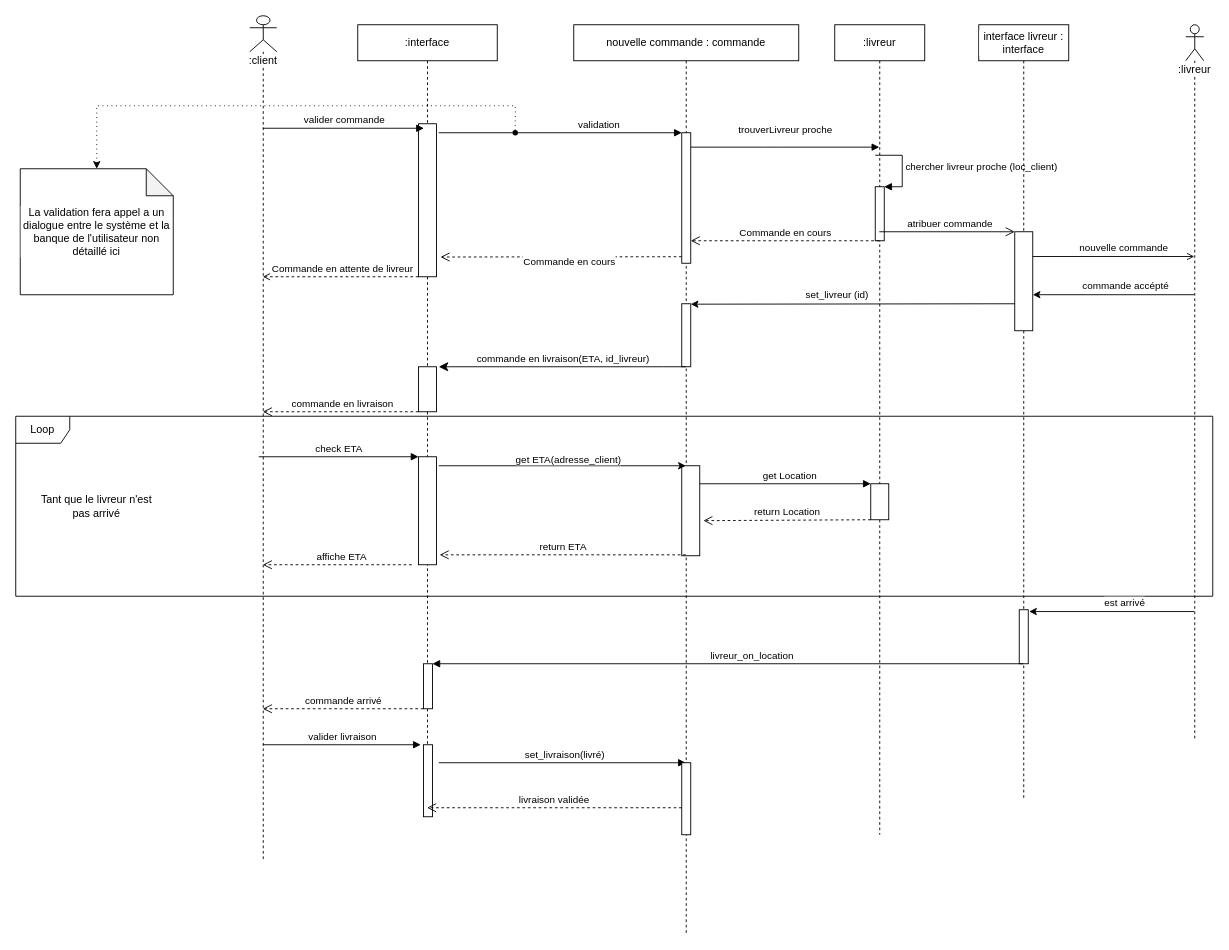
Above: page "Livraison" (4 of 4) of sequence_diagrams.drawio in sebastien-deren/projet_4 (draw.io), before the change. Source tidied: cells renumbered, new cells numbered last; positions are measured from the earlier drawing's top-left corner, leaving out a move shared by most shapes. Both pictures are drawn from the tidied source at 90%, with x=0, y=0 at pixel (15, 15).
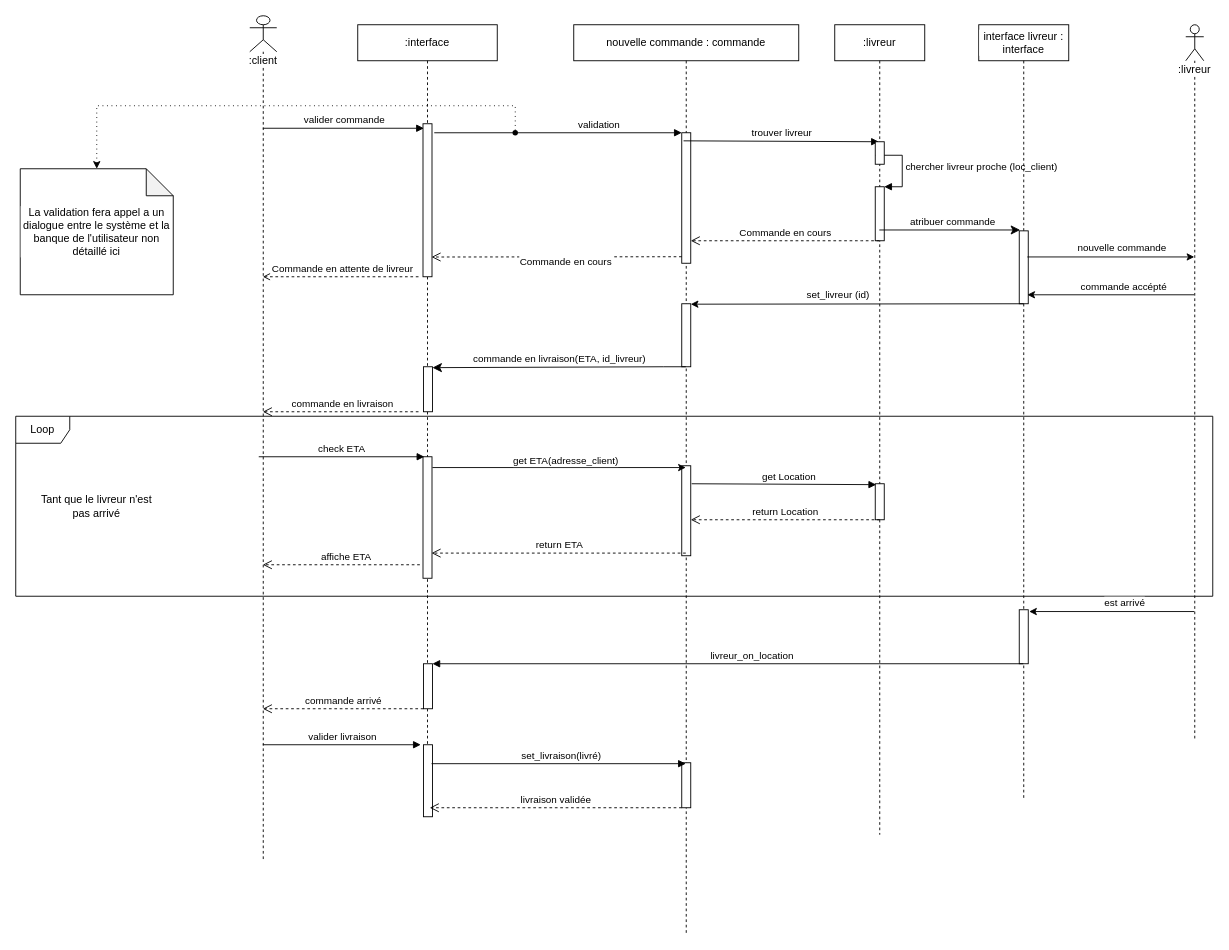
Above is the later version.

Unchanged cells that the change refers to:
```xml
<mxCell id="2" value=":client" style="shape=umlLifeline;participant=umlActor;perimeter=lifelinePerimeter;whiteSpace=wrap;html=1;verticalAlign=top;spacingTop=36;outlineConnect=0;labelBackgroundColor=default;" parent="1" vertex="1">
  <mxGeometry x="260" width="30" height="940" as="geometry" />
</mxCell>
<mxCell id="3" value=":interface" style="shape=umlLifeline;perimeter=lifelinePerimeter;whiteSpace=wrap;html=1;outlineConnect=0;labelBackgroundColor=default;" parent="1" vertex="1">
  <mxGeometry x="380" y="10" width="155" height="880" as="geometry" />
</mxCell>
<mxCell id="8" style="html=1;points=[];perimeter=orthogonalPerimeter;labelBackgroundColor=default;" parent="3" vertex="1">
  <mxGeometry x="73" y="800" width="10" height="80" as="geometry" />
</mxCell>
<mxCell id="10" value="nouvelle commande : commande" style="shape=umlLifeline;perimeter=lifelinePerimeter;whiteSpace=wrap;html=1;outlineConnect=0;labelBackgroundColor=default;" parent="1" vertex="1">
  <mxGeometry x="620" y="10" width="250" height="1010" as="geometry" />
</mxCell>
<mxCell id="11" style="html=1;points=[];perimeter=orthogonalPerimeter;labelBackgroundColor=default;" parent="10" vertex="1">
  <mxGeometry x="120" y="120" width="10" height="145" as="geometry" />
</mxCell>
<mxCell id="12" style="html=1;points=[];perimeter=orthogonalPerimeter;labelBackgroundColor=default;" parent="10" vertex="1">
  <mxGeometry x="120" y="310" width="10" height="70" as="geometry" />
</mxCell>
<mxCell id="17" value=":livreur" style="shape=umlLifeline;perimeter=lifelinePerimeter;whiteSpace=wrap;html=1;outlineConnect=0;labelBackgroundColor=default;" parent="1" vertex="1">
  <mxGeometry x="910" y="10" width="100" height="900" as="geometry" />
</mxCell>
<mxCell id="21" value=":livreur" style="shape=umlLifeline;participant=umlActor;perimeter=lifelinePerimeter;whiteSpace=wrap;html=1;verticalAlign=top;spacingTop=36;outlineConnect=0;labelBackgroundColor=default;" parent="1" vertex="1">
  <mxGeometry x="1300" y="10" width="20" height="795" as="geometry" />
</mxCell>
<mxCell id="22" value="interface livreur : interface" style="shape=umlLifeline;perimeter=lifelinePerimeter;whiteSpace=wrap;html=1;outlineConnect=0;labelBackgroundColor=default;" parent="1" vertex="1">
  <mxGeometry x="1070" y="10" width="100" height="860" as="geometry" />
</mxCell>
<mxCell id="56" style="shape=waypoint;sketch=0;size=6;points=[];fillColor=default;perimeter=centerPerimeter;snapToPoint=1;labelBackgroundColor=default;" parent="1" vertex="1">
  <mxGeometry x="535" y="110" width="40" height="40" as="geometry" />
</mxCell>
```

What changed in the source:
```diff
@@
+    <mxCell id="41" value="Loop" style="shape=umlFrame;whiteSpace=wrap;html=1;labelBackgroundColor=default;" parent="1" vertex="1">
+      <mxGeometry y="445" width="1330" height="200" as="geometry" />
+    </mxCell>
@@
-    <mxCell id="4" style="rounded=0;whiteSpace=wrap;html=1;labelBackgroundColor=default;" parent="3" vertex="1">
-      <mxGeometry x="67.5" y="110" width="20" height="170" as="geometry" />
-    </mxCell>
-    <mxCell id="5" style="rounded=0;whiteSpace=wrap;html=1;labelBackgroundColor=default;" parent="3" vertex="1">
-      <mxGeometry x="67.5" y="380" width="20" height="50" as="geometry" />
-    </mxCell>
-    <mxCell id="6" style="rounded=0;whiteSpace=wrap;html=1;labelBackgroundColor=default;" parent="3" vertex="1">
-      <mxGeometry x="67.5" y="480" width="20" height="120" as="geometry" />
-    </mxCell>
@@
-    <mxCell id="9" value="set_livraison(livré)" style="html=1;verticalAlign=bottom;endArrow=block;rounded=0;" parent="3" edge="1" target="10">
-      <mxGeometry x="0.02" relative="1" as="geometry">
-        <mxPoint x="90" y="820" as="sourcePoint" />
-      </mxGeometry>
-    </mxCell>
+    <mxCell id="58" style="html=1;points=[];perimeter=orthogonalPerimeter;labelBackgroundColor=default;" parent="3" vertex="1">
+      <mxGeometry x="72.5" y="480" width="10" height="135" as="geometry" />
+    </mxCell>
+    <mxCell id="59" style="html=1;points=[];perimeter=orthogonalPerimeter;labelBackgroundColor=default;" parent="3" vertex="1">
+      <mxGeometry x="72.5" y="110" width="10" height="170" as="geometry" />
+    </mxCell>
+    <mxCell id="60" style="html=1;points=[];perimeter=orthogonalPerimeter;labelBackgroundColor=default;" parent="3" vertex="1">
+      <mxGeometry x="73" y="380" width="10" height="50" as="geometry" />
+    </mxCell>
@@
-    <mxCell id="13" style="rounded=0;whiteSpace=wrap;html=1;labelBackgroundColor=default;" parent="10" vertex="1">
-      <mxGeometry x="120" y="490" width="20" height="100" as="geometry" />
-    </mxCell>
-    <mxCell id="14" value="get Location" style="html=1;verticalAlign=bottom;endArrow=block;rounded=0;entryX=0;entryY=0;entryDx=0;entryDy=0;" parent="10" edge="1" target="20">
-      <mxGeometry x="0.05" relative="1" as="geometry">
-        <mxPoint x="140" y="510" as="sourcePoint" />
-      </mxGeometry>
-    </mxCell>
     <mxCell id="15" style="html=1;perimeter=orthogonalPerimeter;labelBackgroundColor=default;" parent="10" vertex="1">
-      <mxGeometry x="120" y="820" width="10" height="80" as="geometry" />
+      <mxGeometry x="120" y="820" width="10" height="50" as="geometry" />
     </mxCell>
-    <mxCell id="16" value="livraison validée" style="html=1;verticalAlign=bottom;endArrow=open;dashed=1;endSize=8;rounded=0;" parent="10" edge="1" target="3">
+    <mxCell id="16" value="livraison validée" style="html=1;verticalAlign=bottom;endArrow=open;dashed=1;endSize=8;rounded=0;" parent="10" edge="1">
       <mxGeometry relative="1" as="geometry">
         <mxPoint x="120" y="870" as="sourcePoint" />
+        <mxPoint x="-160" y="870" as="targetPoint" />
       </mxGeometry>
     </mxCell>
+    <mxCell id="61" value="trouver livreur" style="html=1;verticalAlign=bottom;endArrow=block;entryX=0;entryY=0;rounded=0;exitX=0.2;exitY=0.062;exitDx=0;exitDy=0;exitPerimeter=0;" parent="10" edge="1" source="11">
+      <mxGeometry relative="1" as="geometry">
+        <mxPoint x="339" y="130" as="targetPoint" />
+      </mxGeometry>
+    </mxCell>
+    <mxCell id="62" style="html=1;points=[];perimeter=orthogonalPerimeter;labelBackgroundColor=default;" parent="10" vertex="1">
+      <mxGeometry x="120" y="490" width="10" height="100" as="geometry" />
+    </mxCell>
@@
-    <mxCell id="20" style="rounded=0;whiteSpace=wrap;html=1;labelBackgroundColor=default;" parent="17" vertex="1">
-      <mxGeometry x="40" y="510" width="20" height="40" as="geometry" />
-    </mxCell>
+    <mxCell id="63" style="html=1;perimeter=orthogonalPerimeter;labelBackgroundColor=default;" parent="17" vertex="1">
+      <mxGeometry x="45" y="130" width="10" height="25" as="geometry" />
+    </mxCell>
+    <mxCell id="64" style="html=1;points=[];perimeter=orthogonalPerimeter;labelBackgroundColor=default;" parent="17" vertex="1">
+      <mxGeometry x="45" y="510" width="10" height="40" as="geometry" />
+    </mxCell>
@@
-    <mxCell id="23" style="rounded=0;whiteSpace=wrap;html=1;labelBackgroundColor=default;" parent="22" vertex="1">
-      <mxGeometry x="40" y="230" width="20" height="110" as="geometry" />
-    </mxCell>
@@
-    <mxCell id="25" value="trouverLivreur proche" style="html=1;verticalAlign=bottom;endArrow=block;rounded=0;snapToPoint=1;fixDash=1;" parent="1" edge="1" source="11">
-      <mxGeometry y="10" relative="1" as="geometry">
-        <mxPoint x="959.5" y="146" as="targetPoint" />
-        <Array as="points">
-          <mxPoint x="830.5" y="146" />
-          <mxPoint x="850.5" y="146" />
-        </Array>
-      </mxGeometry>
-    </mxCell>
+    <mxCell id="65" style="html=1;points=[];perimeter=orthogonalPerimeter;labelBackgroundColor=default;" parent="22" vertex="1">
+      <mxGeometry x="45" y="229" width="10" height="81" as="geometry" />
+    </mxCell>
@@
-    <mxCell id="28" value="Commande en cours" style="html=1;verticalAlign=bottom;endArrow=open;dashed=1;endSize=8;exitX=0;exitY=0.95;rounded=0;entryX=1.225;entryY=0.871;entryDx=0;entryDy=0;entryPerimeter=0;" parent="1" edge="1" source="11" target="4">
+    <mxCell id="28" value="Commande en cours" style="html=1;verticalAlign=bottom;endArrow=open;dashed=1;endSize=8;exitX=0;exitY=0.95;rounded=0;entryX=0.95;entryY=0.871;entryDx=0;entryDy=0;entryPerimeter=0;" parent="1" edge="1" source="11" target="59">
       <mxGeometry x="-0.07" y="14" relative="1" as="geometry">
         <Array as="points">
           <mxPoint x="530" y="268" />
         </Array>
       </mxGeometry>
     </mxCell>
-    <mxCell id="29" value="atribuer commande" style="html=1;verticalAlign=bottom;endArrow=open;endSize=8;rounded=0;entryX=0;entryY=0;entryDx=0;entryDy=0;" parent="1" edge="1" source="17" target="23">
+    <mxCell id="29" value="atribuer commande" style="html=1;verticalAlign=bottom;endArrow=classic;endSize=8;rounded=0;entryX=0.1;entryY=-0.012;entryDx=0;entryDy=0;entryPerimeter=0;endFill=1;" parent="1" edge="1" source="17" target="65">
       <mxGeometry x="0.03" relative="1" as="geometry" />
     </mxCell>
-    <mxCell id="30" style="rounded=0;jettySize=auto;html=1;exitX=0;exitY=1;exitDx=0;exitDy=0;dashed=1;endArrow=open;endFill=0;" parent="1" edge="1" source="4" target="2">
-      <mxGeometry relative="1" as="geometry" />
+    <mxCell id="30" style="rounded=0;jettySize=auto;html=1;exitX=0;exitY=1;exitDx=0;exitDy=0;dashed=1;endArrow=open;endFill=0;" parent="1" edge="1" target="2">
+      <mxGeometry relative="1" as="geometry">
+        <mxPoint x="447.5" y="290" as="sourcePoint" />
+      </mxGeometry>
     </mxCell>
@@
-    <mxCell id="32" style="edgeStyle=none;rounded=0;jettySize=auto;html=1;exitX=1;exitY=0.25;exitDx=0;exitDy=0;endArrow=open;endFill=0;" parent="1" edge="1" source="23" target="21">
+    <mxCell id="32" style="edgeStyle=none;rounded=0;jettySize=auto;html=1;exitX=0.9;exitY=0.358;exitDx=0;exitDy=0;endArrow=classic;endFill=1;exitPerimeter=0;" parent="1" edge="1" source="65" target="21">
       <mxGeometry relative="1" as="geometry" />
     </mxCell>
@@
-    <mxCell id="34" style="edgeStyle=none;rounded=0;jettySize=auto;html=1;exitX=1;exitY=0.636;exitDx=0;exitDy=0;endArrow=none;endFill=0;startArrow=classic;startFill=1;exitPerimeter=0;" parent="1" edge="1" source="23" target="21">
+    <mxCell id="34" style="edgeStyle=none;rounded=0;jettySize=auto;html=1;exitX=0.9;exitY=0.877;exitDx=0;exitDy=0;endArrow=none;endFill=0;startArrow=classic;startFill=1;exitPerimeter=0;" parent="1" edge="1" source="65" target="21">
       <mxGeometry relative="1" as="geometry" />
     </mxCell>
@@
     <mxCell id="36" style="edgeStyle=none;rounded=0;jettySize=auto;html=1;startArrow=none;startFill=0;endArrow=classic;endFill=1;entryX=1;entryY=0.007;entryDx=0;entryDy=0;entryPerimeter=0;" parent="1" edge="1" target="12">
       <mxGeometry relative="1" as="geometry">
-        <mxPoint x="1110" y="320" as="sourcePoint" />
+        <mxPoint x="1120" y="320" as="sourcePoint" />
       </mxGeometry>
     </mxCell>
@@
-    <mxCell id="39" value="commande en livraison(ETA, id_livreur)" style="html=1;verticalAlign=bottom;endArrow=classic;endSize=8;rounded=0;endFill=1;" parent="1" edge="1" source="10">
+    <mxCell id="39" value="commande en livraison(ETA, id_livreur)" style="html=1;verticalAlign=bottom;endArrow=classic;endSize=8;rounded=0;endFill=1;entryX=1;entryY=0.02;entryDx=0;entryDy=0;entryPerimeter=0;" parent="1" edge="1" source="10" target="60">
       <mxGeometry relative="1" as="geometry">
-        <mxPoint x="470" y="390" as="targetPoint" />
         <Array as="points">
           <mxPoint x="720" y="390" />
         </Array>
       </mxGeometry>
     </mxCell>
-    <mxCell id="40" value="commande en livraison" style="html=1;verticalAlign=bottom;endArrow=open;dashed=1;endSize=8;rounded=0;exitX=0;exitY=1;exitDx=0;exitDy=0;" parent="1" edge="1" source="5" target="2">
-      <mxGeometry x="-0.02" relative="1" as="geometry" />
+    <mxCell id="40" value="commande en livraison" style="html=1;verticalAlign=bottom;endArrow=open;dashed=1;endSize=8;rounded=0;exitX=0;exitY=1;exitDx=0;exitDy=0;" parent="1" edge="1" target="2">
+      <mxGeometry x="-0.02" relative="1" as="geometry">
+        <mxPoint x="447.5" y="440" as="sourcePoint" />
+      </mxGeometry>
     </mxCell>
-    <mxCell id="41" value="Loop" style="shape=umlFrame;whiteSpace=wrap;html=1;labelBackgroundColor=default;" parent="1" vertex="1">
-      <mxGeometry y="445" width="1330" height="200" as="geometry" />
-    </mxCell>
-    <mxCell id="42" value="check ETA" style="html=1;verticalAlign=bottom;endArrow=block;rounded=0;entryX=0;entryY=0;entryDx=0;entryDy=0;" parent="1" edge="1" target="6">
+    <mxCell id="42" value="check ETA" style="html=1;verticalAlign=bottom;endArrow=block;rounded=0;entryX=0.15;entryY=0;entryDx=0;entryDy=0;entryPerimeter=0;" parent="1" edge="1" target="58">
       <mxGeometry relative="1" as="geometry">
         <mxPoint x="270" y="490" as="sourcePoint" />
       </mxGeometry>
     </mxCell>
-    <mxCell id="43" style="edgeStyle=none;rounded=0;jettySize=auto;html=1;startArrow=none;startFill=0;endArrow=classic;endFill=1;" parent="1" edge="1" target="10">
-      <mxGeometry relative="1" as="geometry">
-        <mxPoint x="470" y="500" as="sourcePoint" />
-      </mxGeometry>
+    <mxCell id="43" style="edgeStyle=none;rounded=0;jettySize=auto;html=1;startArrow=none;startFill=0;endArrow=classic;endFill=1;exitX=1.05;exitY=0.089;exitDx=0;exitDy=0;exitPerimeter=0;" parent="1" edge="1" source="58" target="10">
+      <mxGeometry relative="1" as="geometry" />
     </mxCell>
@@
-    <mxCell id="45" value="return Location" style="html=1;verticalAlign=bottom;endArrow=open;dashed=1;endSize=8;rounded=0;entryX=1.2;entryY=0.61;entryDx=0;entryDy=0;entryPerimeter=0;" parent="1" edge="1" target="13">
-      <mxGeometry relative="1" as="geometry">
-        <mxPoint x="950" y="560" as="sourcePoint" />
-      </mxGeometry>
+    <mxCell id="45" value="return Location" style="html=1;verticalAlign=bottom;endArrow=open;dashed=1;endSize=8;rounded=0;exitX=0.5;exitY=1;exitDx=0;exitDy=0;exitPerimeter=0;" parent="1" edge="1" source="64" target="62">
+      <mxGeometry relative="1" as="geometry" />
     </mxCell>
-    <mxCell id="46" value="return ETA" style="html=1;verticalAlign=bottom;endArrow=open;dashed=1;endSize=8;rounded=0;entryX=1.175;entryY=0.908;entryDx=0;entryDy=0;entryPerimeter=0;" parent="1" edge="1" source="10" target="6">
+    <mxCell id="46" value="return ETA" style="html=1;verticalAlign=bottom;endArrow=open;dashed=1;endSize=8;rounded=0;entryX=0.95;entryY=0.793;entryDx=0;entryDy=0;entryPerimeter=0;" parent="1" edge="1" source="10" target="58">
       <mxGeometry relative="1" as="geometry" />
     </mxCell>
-    <mxCell id="47" value="affiche ETA" style="html=1;verticalAlign=bottom;endArrow=open;dashed=1;endSize=8;rounded=0;" parent="1" edge="1" target="2">
-      <mxGeometry x="-0.06" relative="1" as="geometry">
-        <mxPoint x="440" y="610" as="sourcePoint" />
-      </mxGeometry>
+    <mxCell id="47" value="affiche ETA" style="html=1;verticalAlign=bottom;endArrow=open;dashed=1;endSize=8;rounded=0;exitX=-0.35;exitY=0.889;exitDx=0;exitDy=0;exitPerimeter=0;" parent="1" edge="1" source="58" target="2">
+      <mxGeometry x="-0.06" relative="1" as="geometry" />
     </mxCell>
@@
-    <mxCell id="57" style="html=1;verticalAlign=bottom;endArrow=none;rounded=0;startArrow=none;" parent="1" edge="1" target="56">
-      <mxGeometry relative="1" as="geometry">
-        <mxPoint x="470" y="130" as="sourcePoint" />
-      </mxGeometry>
+    <mxCell id="57" style="html=1;verticalAlign=bottom;endArrow=none;rounded=0;startArrow=none;exitX=1.25;exitY=0.059;exitDx=0;exitDy=0;exitPerimeter=0;" parent="1" edge="1" source="59" target="56">
+      <mxGeometry relative="1" as="geometry" />
     </mxCell>
+    <mxCell id="14" value="get Location" style="html=1;verticalAlign=bottom;endArrow=block;rounded=0;entryX=0.1;entryY=0.025;entryDx=0;entryDy=0;exitX=1.1;exitY=0.2;exitDx=0;exitDy=0;exitPerimeter=0;entryPerimeter=0;" parent="1" edge="1" source="62" target="64">
+      <mxGeometry x="0.05" relative="1" as="geometry" />
+    </mxCell>
+    <mxCell id="9" value="set_livraison(livré)" style="html=1;verticalAlign=bottom;endArrow=block;rounded=0;exitX=0.9;exitY=0.263;exitDx=0;exitDy=0;exitPerimeter=0;" parent="1" edge="1" source="8" target="10">
+      <mxGeometry x="0.02" relative="1" as="geometry" />
+    </mxCell>
```
